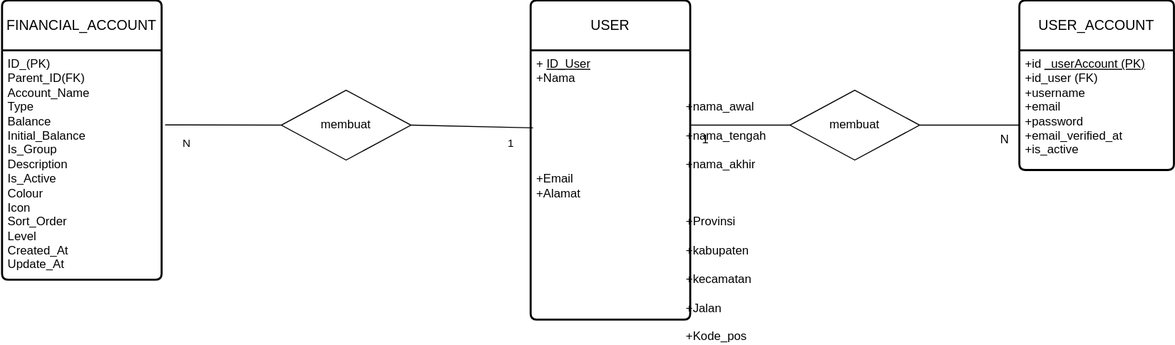
The draw.io diagram docs/erd.drawio.svg in ardiansyah-sweng/duweet, before a commit. Source tidied: cells renumbered, new cells last; positions are measured from the earlier drawing's top-left corner, leaving out a move shared by most shapes.
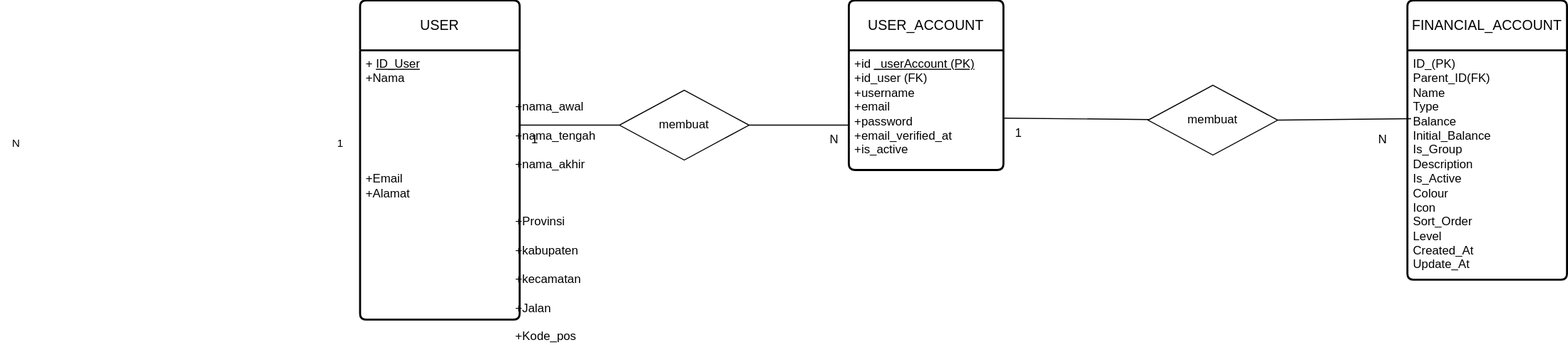
The same diagram one commit later.

Commit message:
update ERD financialAccount

Change to the diagram source:
```diff
@@ -35,13 +35,13 @@
       <mxGeometry x="990" y="125" width="30" height="30" as="geometry" />
     </mxCell>
     <mxCell id="12" value="FINANCIAL_ACCOUNT" style="swimlane;horizontal=1;startSize=50;rounded=1;fontSize=14;fontStyle=0;strokeWidth=2;shadow=0;dashed=0;align=center;arcSize=4;whiteSpace=wrap;html=1;" parent="1" vertex="1">
-      <mxGeometry width="160" height="280" as="geometry" />
+      <mxGeometry x="1580" width="160" height="280" as="geometry" />
     </mxCell>
-    <mxCell id="13" value="&lt;div&gt;&lt;div&gt;ID_(PK)&lt;/div&gt;&lt;/div&gt;&lt;div&gt;Parent_ID(FK)&lt;/div&gt;&lt;div&gt;Account_Name&lt;/div&gt;&lt;div&gt;Type&lt;/div&gt;&lt;div&gt;Balance&lt;/div&gt;&lt;div&gt;Initial_Balance&lt;/div&gt;&lt;div&gt;Is_Group&lt;/div&gt;&lt;div&gt;Description&lt;/div&gt;&lt;div&gt;Is_Active&lt;/div&gt;&lt;div&gt;Colour&lt;/div&gt;&lt;div&gt;Icon&lt;/div&gt;&lt;div&gt;Sort_Order&lt;/div&gt;&lt;div&gt;Level&lt;/div&gt;&lt;div&gt;Created_At&lt;/div&gt;&lt;div&gt;Update_At&lt;/div&gt;" style="align=left;strokeColor=none;fillColor=none;spacingLeft=4;fontSize=12;verticalAlign=top;html=1;" parent="12" vertex="1">
+    <mxCell id="13" value="&lt;div&gt;&lt;div&gt;ID_(PK)&lt;/div&gt;&lt;/div&gt;&lt;div&gt;Parent_ID(FK)&lt;/div&gt;&lt;div&gt;Name&lt;/div&gt;&lt;div&gt;Type&lt;/div&gt;&lt;div&gt;Balance&lt;/div&gt;&lt;div&gt;Initial_Balance&lt;/div&gt;&lt;div&gt;Is_Group&lt;/div&gt;&lt;div&gt;Description&lt;/div&gt;&lt;div&gt;Is_Active&lt;/div&gt;&lt;div&gt;Colour&lt;/div&gt;&lt;div&gt;Icon&lt;/div&gt;&lt;div&gt;Sort_Order&lt;/div&gt;&lt;div&gt;Level&lt;/div&gt;&lt;div&gt;Created_At&lt;/div&gt;&lt;div&gt;Update_At&lt;/div&gt;" style="align=left;strokeColor=none;fillColor=none;spacingLeft=4;fontSize=12;verticalAlign=top;html=1;" parent="12" vertex="1">
       <mxGeometry y="50" width="160" height="230" as="geometry" />
     </mxCell>
     <mxCell id="14" value="membuat" style="rhombus;whiteSpace=wrap;html=1;" parent="1" vertex="1">
-      <mxGeometry x="280" y="90" width="130" height="70" as="geometry" />
+      <mxGeometry x="1320" y="85" width="130" height="70" as="geometry" />
     </mxCell>
     <mxCell id="15" value="1" style="text;html=1;align=center;verticalAlign=middle;strokeColor=none;fillColor=none;fontFamily=Helvetica;fontSize=11;fontColor=default;labelBackgroundColor=default;" parent="1" vertex="1">
       <mxGeometry x="495" y="128" width="30" height="30" as="geometry" />
@@ -49,11 +49,17 @@
     <mxCell id="16" value="N" style="text;html=1;align=center;verticalAlign=middle;strokeColor=none;fillColor=none;fontFamily=Helvetica;fontSize=11;fontColor=default;labelBackgroundColor=default;" parent="1" vertex="1">
       <mxGeometry x="170" y="128" width="30" height="30" as="geometry" />
     </mxCell>
-    <mxCell id="17" style="edgeStyle=none;shape=connector;rounded=1;html=1;exitX=1;exitY=0.5;exitDx=0;exitDy=0;entryX=0.015;entryY=0.288;entryDx=0;entryDy=0;entryPerimeter=0;strokeColor=default;align=center;verticalAlign=middle;fontFamily=Helvetica;fontSize=11;fontColor=default;labelBackgroundColor=default;endArrow=none;endFill=0;" parent="1" edge="1" source="14" target="3">
-      <mxGeometry relative="1" as="geometry" />
-    </mxCell>
-    <mxCell id="18" style="edgeStyle=none;shape=connector;rounded=1;html=1;exitX=0;exitY=0.5;exitDx=0;exitDy=0;entryX=1.022;entryY=0.325;entryDx=0;entryDy=0;entryPerimeter=0;strokeColor=default;align=center;verticalAlign=middle;fontFamily=Helvetica;fontSize=11;fontColor=default;labelBackgroundColor=default;endArrow=none;endFill=0;" parent="1" edge="1" source="14" target="13">
+    <mxCell id="18" style="edgeStyle=none;html=1;exitX=1;exitY=0.5;exitDx=0;exitDy=0;entryX=0.023;entryY=0.298;entryDx=0;entryDy=0;entryPerimeter=0;endArrow=none;endFill=0;" parent="1" edge="1" source="14" target="13">
       <mxGeometry relative="1" as="geometry" />
     </mxCell>
+    <mxCell id="19" style="edgeStyle=none;html=1;entryX=0.01;entryY=-0.002;entryDx=0;entryDy=0;entryPerimeter=0;endArrow=none;endFill=0;" parent="1" edge="1" source="14" target="20">
+      <mxGeometry relative="1" as="geometry" />
+    </mxCell>
+    <mxCell id="20" value="1" style="text;html=1;align=center;verticalAlign=middle;points=[];strokeColor=none;fillColor=none;" parent="1" vertex="1">
+      <mxGeometry x="1175" y="118" width="30" height="30" as="geometry" />
+    </mxCell>
+    <mxCell id="21" value="N" style="text;html=1;align=center;verticalAlign=middle;strokeColor=none;fillColor=none;" parent="1" vertex="1">
+      <mxGeometry x="1540" y="125" width="30" height="30" as="geometry" />
+    </mxCell>
   </root>
 </mxGraphModel>
```
